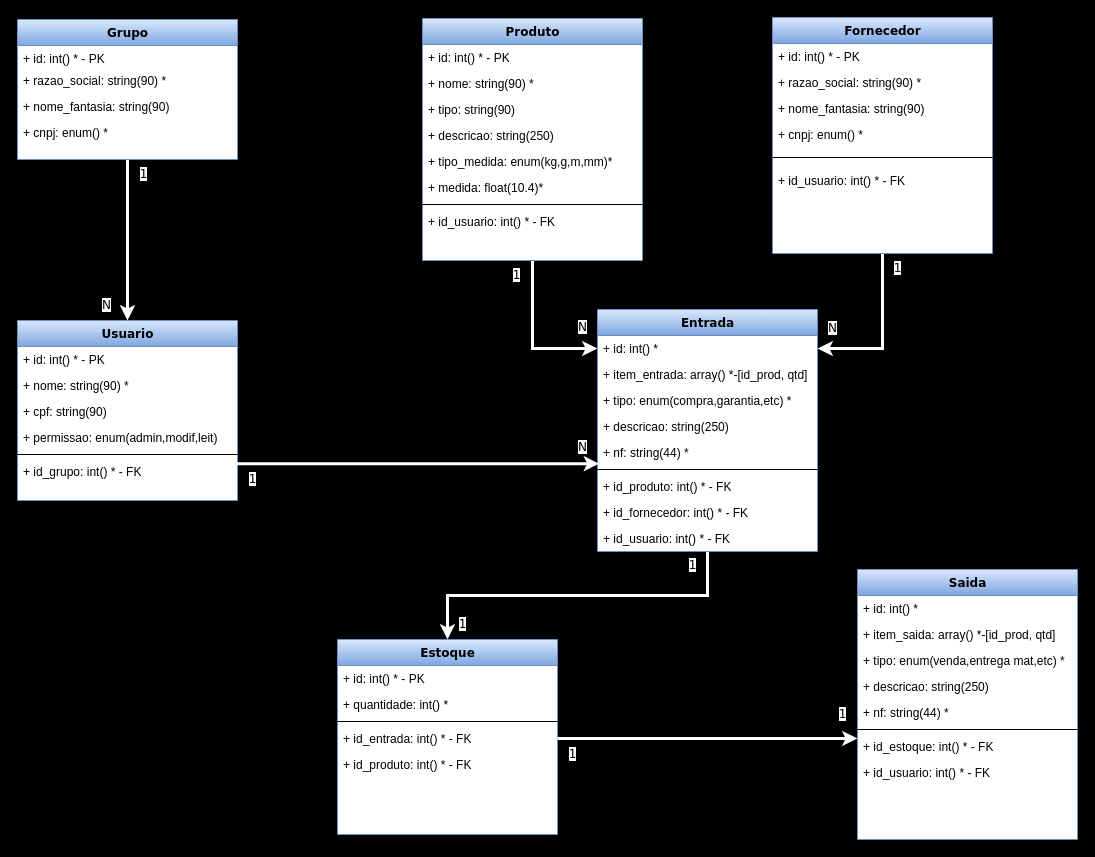
Before: page "Produtos" (1 of 2) of Documentação/Modelagem_Dados.drawio in NeemiasVieira/EstocaAqui-API, a draw.io diagram. Source tidied: cells renumbered, new cells numbered last; positions are measured from the earlier drawing's top-left corner, leaving out a move shared by most shapes. Both pictures are drawn from the tidied source at 100%, with x=0, y=0 at pixel (17, 17).
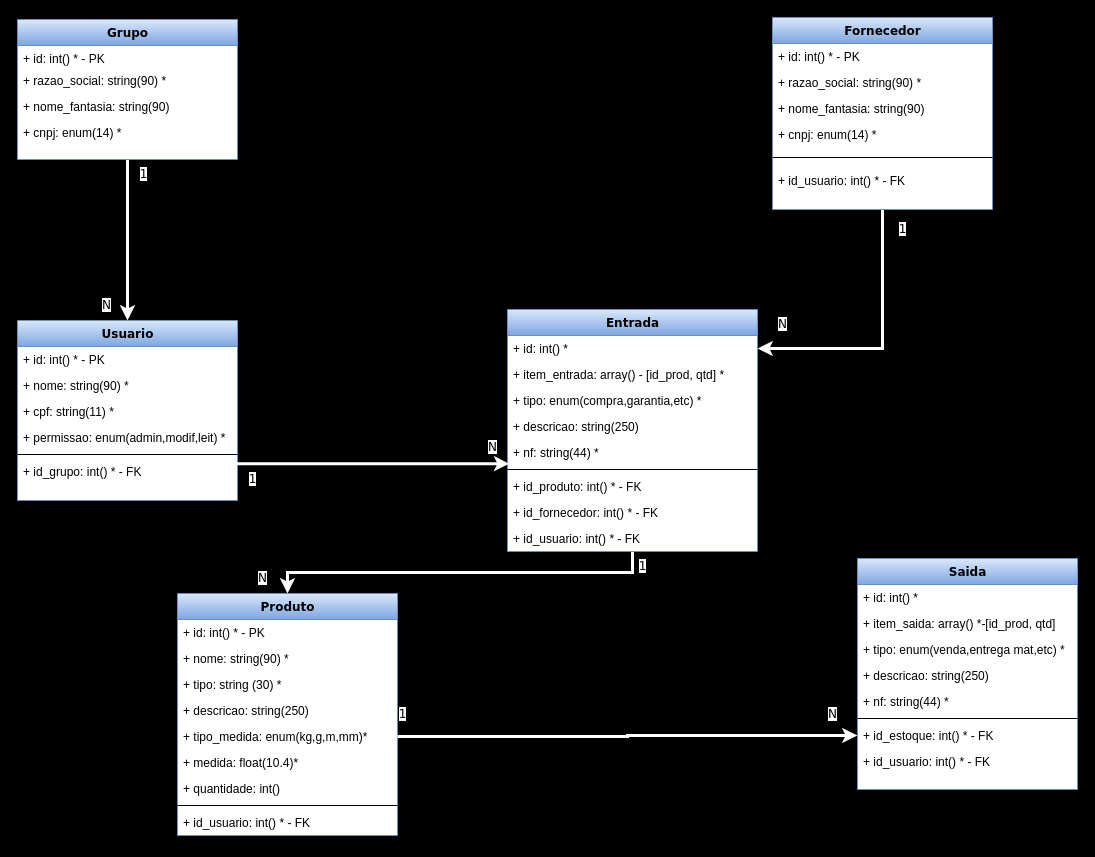
After the change.

Commit message (it also covers changes not shown here):
Modelagem atualizada

Unchanged cells that the change refers to:
```xml
<mxCell id="8" value="+ tipo_medida: enum(kg,g,m,mm)*" style="text;html=1;strokeColor=none;fillColor=none;align=left;verticalAlign=top;spacingLeft=4;spacingRight=4;whiteSpace=wrap;overflow=hidden;points=[[0,0.5],[1,0.5]];portConstraint=eastwest;labelBackgroundColor=none;fontColor=#000000;" parent="3" vertex="1">
  <mxGeometry y="130" width="220" height="26" as="geometry" />
</mxCell>
<mxCell id="40" value="+ id_estoque: int() * - FK" style="text;html=1;strokeColor=none;fillColor=none;align=left;verticalAlign=top;spacingLeft=4;spacingRight=4;whiteSpace=wrap;overflow=hidden;points=[[0,0.5],[1,0.5]];portConstraint=eastwest;labelBackgroundColor=none;fontColor=#000000;" parent="33" vertex="1">
  <mxGeometry y="164" width="220" height="26" as="geometry" />
</mxCell>
<mxCell id="42" value="Usuario" style="swimlane;html=1;fontStyle=1;align=center;verticalAlign=top;horizontal=1;startSize=26;swimlaneFillColor=#ffffff;rounded=0;shadow=0;comic=0;labelBackgroundColor=none;strokeWidth=1;fontFamily=Verdana;fontSize=12;fillColor=#dae8fc;strokeColor=#6c8ebf;gradientColor=#7ea6e0;fontColor=#000000;" parent="1" vertex="1">
  <mxGeometry y="303" width="220" height="180" as="geometry" />
</mxCell>
<mxCell id="50" value="Grupo" style="swimlane;html=1;fontStyle=1;align=center;verticalAlign=top;horizontal=1;startSize=26;swimlaneFillColor=#ffffff;rounded=0;shadow=0;comic=0;labelBackgroundColor=none;strokeWidth=1;fontFamily=Verdana;fontSize=12;fillColor=#dae8fc;strokeColor=#6c8ebf;gradientColor=#7ea6e0;fontColor=#000000;" parent="1" vertex="1">
  <mxGeometry y="2" width="220" height="140" as="geometry" />
</mxCell>
```

Change to the diagram source:
```diff
@@
-    <mxCell id="2" style="edgeStyle=orthogonalEdgeStyle;rounded=0;jettySize=auto;html=1;entryX=0;entryY=0.5;entryDx=0;entryDy=0;strokeColor=#FFFFFF;strokeWidth=3;" parent="1" edge="1" source="3" target="14">
-      <mxGeometry relative="1" as="geometry" />
-    </mxCell>
     <mxCell id="3" value="Produto" style="swimlane;html=1;fontStyle=1;align=center;verticalAlign=top;horizontal=1;startSize=26;swimlaneFillColor=#ffffff;rounded=0;shadow=0;comic=0;labelBackgroundColor=none;strokeWidth=1;fontFamily=Verdana;fontSize=12;fillColor=#dae8fc;strokeColor=#6c8ebf;gradientColor=#7ea6e0;fontColor=#000000;" parent="1" vertex="1">
-      <mxGeometry x="405" y="1" width="220" height="242" as="geometry" />
+      <mxGeometry x="160" y="576" width="220" height="242" as="geometry" />
     </mxCell>
@@
-    <mxCell id="6" value="+ tipo: string(90)&amp;nbsp;" style="text;html=1;strokeColor=none;fillColor=none;align=left;verticalAlign=top;spacingLeft=4;spacingRight=4;whiteSpace=wrap;overflow=hidden;labelBackgroundColor=none;fontColor=#000000;" parent="3" vertex="1">
+    <mxCell id="6" value="+ tipo: string (30) *" style="text;html=1;strokeColor=none;fillColor=none;align=left;verticalAlign=top;spacingLeft=4;spacingRight=4;whiteSpace=wrap;overflow=hidden;labelBackgroundColor=none;fontColor=#000000;" parent="3" vertex="1">
       <mxGeometry y="78" width="220" height="26" as="geometry" />
     </mxCell>
@@
+    <mxCell id="73" value="+ quantidade: int()" style="text;html=1;strokeColor=none;fillColor=none;align=left;verticalAlign=top;spacingLeft=4;spacingRight=4;whiteSpace=wrap;overflow=hidden;labelBackgroundColor=none;fontColor=#000000;" parent="3" vertex="1">
+      <mxGeometry y="182" width="220" height="26" as="geometry" />
+    </mxCell>
     <mxCell id="10" style="line;html=1;strokeWidth=1;fillColor=none;align=left;verticalAlign=middle;spacingTop=-1;spacingLeft=3;spacingRight=3;labelPosition=right;labelBackgroundColor=none;strokeColor=#000000;" parent="3" vertex="1">
-      <mxGeometry y="182" width="220" height="8" as="geometry" />
+      <mxGeometry y="208" width="220" height="8" as="geometry" />
     </mxCell>
     <mxCell id="11" value="+ id_usuario: int() * - FK" style="text;html=1;strokeColor=none;fillColor=none;align=left;verticalAlign=top;spacingLeft=4;spacingRight=4;whiteSpace=wrap;overflow=hidden;labelBackgroundColor=none;fontColor=#000000;" parent="3" vertex="1">
-      <mxGeometry y="190" width="220" height="26" as="geometry" />
+      <mxGeometry y="216" width="220" height="26" as="geometry" />
     </mxCell>
-    <mxCell id="12" style="edgeStyle=orthogonalEdgeStyle;rounded=0;jettySize=auto;html=1;entryX=0.5;entryY=0;entryDx=0;entryDy=0;exitX=0.5;exitY=1;exitDx=0;exitDy=0;strokeColor=#FFFFFF;strokeWidth=3;" parent="1" edge="1" source="13" target="63">
+    <mxCell id="12" style="edgeStyle=orthogonalEdgeStyle;rounded=0;jettySize=auto;html=1;entryX=0.5;entryY=0;entryDx=0;entryDy=0;exitX=0.5;exitY=1;exitDx=0;exitDy=0;strokeColor=#FFFFFF;strokeWidth=3;" parent="1" edge="1" source="13" target="3">
       <mxGeometry relative="1" as="geometry" />
     </mxCell>
     <mxCell id="13" value="Entrada" style="swimlane;html=1;fontStyle=1;align=center;verticalAlign=top;horizontal=1;startSize=26;swimlaneFillColor=#ffffff;rounded=0;shadow=0;comic=0;labelBackgroundColor=none;strokeWidth=1;fontFamily=Verdana;fontSize=12;fillColor=#dae8fc;strokeColor=#6c8ebf;gradientColor=#7ea6e0;fontColor=#000000;" parent="1" vertex="1">
-      <mxGeometry x="580" y="292" width="220" height="242" as="geometry" />
+      <mxGeometry x="490" y="292" width="250" height="242" as="geometry" />
     </mxCell>
     <mxCell id="14" value="+ id: int() *" style="text;html=1;strokeColor=none;fillColor=none;align=left;verticalAlign=top;spacingLeft=4;spacingRight=4;whiteSpace=wrap;overflow=hidden;points=[[0,0.5],[1,0.5]];portConstraint=eastwest;labelBackgroundColor=none;fontColor=#000000;" parent="13" vertex="1">
-      <mxGeometry y="26" width="220" height="26" as="geometry" />
+      <mxGeometry y="26" width="250" height="26" as="geometry" />
     </mxCell>
-    <mxCell id="15" value="+ item_entrada: array() *-[id_prod, qtd]" style="text;html=1;strokeColor=none;fillColor=none;align=left;verticalAlign=top;spacingLeft=4;spacingRight=4;whiteSpace=wrap;overflow=hidden;labelBackgroundColor=none;fontColor=#000000;" parent="13" vertex="1">
-      <mxGeometry y="52" width="220" height="26" as="geometry" />
+    <mxCell id="15" value="+ item_entrada: array() - [id_prod, qtd] *" style="text;html=1;strokeColor=none;fillColor=none;align=left;verticalAlign=top;spacingLeft=4;spacingRight=4;whiteSpace=wrap;overflow=hidden;labelBackgroundColor=none;fontColor=#000000;" parent="13" vertex="1">
+      <mxGeometry y="52" width="250" height="26" as="geometry" />
     </mxCell>
     <mxCell id="16" value="+ tipo: enum(compra,garantia,etc) *" style="text;html=1;strokeColor=none;fillColor=none;align=left;verticalAlign=top;spacingLeft=4;spacingRight=4;whiteSpace=wrap;overflow=hidden;labelBackgroundColor=none;fontColor=#000000;" parent="13" vertex="1">
-      <mxGeometry y="78" width="220" height="26" as="geometry" />
+      <mxGeometry y="78" width="250" height="26" as="geometry" />
     </mxCell>
     <mxCell id="17" value="+ descricao: string(250)" style="text;html=1;strokeColor=none;fillColor=none;align=left;verticalAlign=top;spacingLeft=4;spacingRight=4;whiteSpace=wrap;overflow=hidden;labelBackgroundColor=none;fontColor=#000000;" parent="13" vertex="1">
-      <mxGeometry y="104" width="220" height="26" as="geometry" />
+      <mxGeometry y="104" width="250" height="26" as="geometry" />
     </mxCell>
     <mxCell id="18" value="+ nf: string(44) *" style="text;html=1;strokeColor=none;fillColor=none;align=left;verticalAlign=top;spacingLeft=4;spacingRight=4;whiteSpace=wrap;overflow=hidden;points=[[0,0.5],[1,0.5]];portConstraint=eastwest;labelBackgroundColor=none;fontColor=#000000;" parent="13" vertex="1">
-      <mxGeometry y="130" width="220" height="26" as="geometry" />
+      <mxGeometry y="130" width="250" height="26" as="geometry" />
     </mxCell>
     <mxCell id="19" style="line;html=1;strokeWidth=1;fillColor=none;align=left;verticalAlign=middle;spacingTop=-1;spacingLeft=3;spacingRight=3;labelPosition=right;labelBackgroundColor=none;strokeColor=#000000;" parent="13" vertex="1">
-      <mxGeometry y="156" width="220" height="8" as="geometry" />
+      <mxGeometry y="156" width="250" height="8" as="geometry" />
     </mxCell>
     <mxCell id="20" value="+ id_produto: int() * - FK" style="text;html=1;strokeColor=none;fillColor=none;align=left;verticalAlign=top;spacingLeft=4;spacingRight=4;whiteSpace=wrap;overflow=hidden;labelBackgroundColor=none;fontColor=#000000;" parent="13" vertex="1">
-      <mxGeometry y="164" width="220" height="26" as="geometry" />
+      <mxGeometry y="164" width="250" height="26" as="geometry" />
     </mxCell>
     <mxCell id="21" value="+ id_fornecedor: int() * - FK" style="text;html=1;strokeColor=none;fillColor=none;align=left;verticalAlign=top;spacingLeft=4;spacingRight=4;whiteSpace=wrap;overflow=hidden;labelBackgroundColor=none;fontColor=#000000;" parent="13" vertex="1">
-      <mxGeometry y="190" width="220" height="26" as="geometry" />
+      <mxGeometry y="190" width="250" height="26" as="geometry" />
     </mxCell>
     <mxCell id="22" value="+ id_usuario: int() * - FK" style="text;html=1;strokeColor=none;fillColor=none;align=left;verticalAlign=top;spacingLeft=4;spacingRight=4;whiteSpace=wrap;overflow=hidden;labelBackgroundColor=none;fontColor=#000000;" parent="13" vertex="1">
-      <mxGeometry y="216" width="220" height="26" as="geometry" />
+      <mxGeometry y="216" width="250" height="26" as="geometry" />
     </mxCell>
-    <mxCell id="23" value="&lt;span style=&quot;background-color: rgb(255, 255, 255);&quot;&gt;1&lt;br&gt;&lt;/span&gt;" style="text;html=1;align=center;verticalAlign=middle;strokeColor=none;fillColor=none;fontSize=12;fontFamily=Verdana;fontColor=#000000;" parent="1" vertex="1">
-      <mxGeometry x="484" y="243" width="30" height="30" as="geometry" />
-    </mxCell>
     <mxCell id="24" value="&lt;span style=&quot;background-color: rgb(255, 255, 255);&quot;&gt;1&lt;br&gt;&lt;/span&gt;" style="text;html=1;align=center;verticalAlign=middle;strokeColor=none;fillColor=none;fontSize=12;fontFamily=Verdana;fontColor=#000000;" parent="1" vertex="1">
-      <mxGeometry x="865" y="236" width="30" height="30" as="geometry" />
+      <mxGeometry x="870" y="197" width="30" height="30" as="geometry" />
     </mxCell>
-    <mxCell id="25" style="edgeStyle=orthogonalEdgeStyle;rounded=0;jettySize=auto;html=1;entryX=1;entryY=0.5;entryDx=0;entryDy=0;strokeColor=#FFFFFF;strokeWidth=3;" parent="1" edge="1" source="26" target="14">
+    <mxCell id="25" style="edgeStyle=orthogonalEdgeStyle;rounded=0;jettySize=auto;html=1;entryX=1;entryY=0.5;entryDx=0;entryDy=0;strokeColor=#FFFFFF;strokeWidth=3;exitX=0.5;exitY=1;exitDx=0;exitDy=0;" parent="1" edge="1" source="26" target="14">
       <mxGeometry relative="1" as="geometry" />
     </mxCell>
     <mxCell id="26" value="Fornecedor" style="swimlane;html=1;fontStyle=1;align=center;verticalAlign=top;horizontal=1;startSize=26;swimlaneFillColor=#ffffff;rounded=0;shadow=0;comic=0;labelBackgroundColor=none;strokeWidth=1;fontFamily=Verdana;fontSize=12;fillColor=#dae8fc;strokeColor=#6c8ebf;gradientColor=#7ea6e0;fontColor=#000000;" parent="1" vertex="1">
-      <mxGeometry x="755" width="220" height="236" as="geometry" />
+      <mxGeometry x="755" width="220" height="192" as="geometry" />
     </mxCell>
@@
-    <mxCell id="30" value="+ cnpj: enum() *" style="text;html=1;strokeColor=none;fillColor=none;align=left;verticalAlign=top;spacingLeft=4;spacingRight=4;whiteSpace=wrap;overflow=hidden;labelBackgroundColor=none;fontColor=#000000;" parent="26" vertex="1">
+    <mxCell id="30" value="+ cnpj: enum(14) *" style="text;html=1;strokeColor=none;fillColor=none;align=left;verticalAlign=top;spacingLeft=4;spacingRight=4;whiteSpace=wrap;overflow=hidden;labelBackgroundColor=none;fontColor=#000000;" parent="26" vertex="1">
       <mxGeometry y="104" width="220" height="26" as="geometry" />
     </mxCell>
@@
     <mxCell id="33" value="Saida" style="swimlane;html=1;fontStyle=1;align=center;verticalAlign=top;horizontal=1;startSize=26;swimlaneFillColor=#ffffff;rounded=0;shadow=0;comic=0;labelBackgroundColor=none;strokeWidth=1;fontFamily=Verdana;fontSize=12;fillColor=#dae8fc;strokeColor=#6c8ebf;gradientColor=#7ea6e0;fontColor=#000000;" parent="1" vertex="1">
-      <mxGeometry x="840" y="552" width="220" height="270" as="geometry" />
+      <mxGeometry x="840" y="541" width="220" height="231" as="geometry" />
     </mxCell>
@@
-    <mxCell id="45" value="+ cpf: string(90)&amp;nbsp;" style="text;html=1;strokeColor=none;fillColor=none;align=left;verticalAlign=top;spacingLeft=4;spacingRight=4;whiteSpace=wrap;overflow=hidden;labelBackgroundColor=none;fontColor=#000000;" parent="42" vertex="1">
+    <mxCell id="45" value="+ cpf: string(11) *" style="text;html=1;strokeColor=none;fillColor=none;align=left;verticalAlign=top;spacingLeft=4;spacingRight=4;whiteSpace=wrap;overflow=hidden;labelBackgroundColor=none;fontColor=#000000;" parent="42" vertex="1">
       <mxGeometry y="78" width="220" height="26" as="geometry" />
     </mxCell>
-    <mxCell id="46" value="+ permissao: enum(admin,modif,leit)" style="text;html=1;strokeColor=none;fillColor=none;align=left;verticalAlign=top;spacingLeft=4;spacingRight=4;whiteSpace=wrap;overflow=hidden;labelBackgroundColor=none;fontColor=#000000;" parent="42" vertex="1">
+    <mxCell id="46" value="+ permissao: enum(admin,modif,leit) *" style="text;html=1;strokeColor=none;fillColor=none;align=left;verticalAlign=top;spacingLeft=4;spacingRight=4;whiteSpace=wrap;overflow=hidden;labelBackgroundColor=none;fontColor=#000000;" parent="42" vertex="1">
       <mxGeometry y="104" width="220" height="26" as="geometry" />
     </mxCell>
@@
-    <mxCell id="54" value="+ cnpj: enum() *" style="text;html=1;strokeColor=none;fillColor=none;align=left;verticalAlign=top;spacingLeft=4;spacingRight=4;whiteSpace=wrap;overflow=hidden;labelBackgroundColor=none;fontColor=#000000;" parent="50" vertex="1">
+    <mxCell id="54" value="+ cnpj: enum(14) *" style="text;html=1;strokeColor=none;fillColor=none;align=left;verticalAlign=top;spacingLeft=4;spacingRight=4;whiteSpace=wrap;overflow=hidden;labelBackgroundColor=none;fontColor=#000000;" parent="50" vertex="1">
       <mxGeometry y="100" width="220" height="26" as="geometry" />
     </mxCell>
@@
-    <mxCell id="57" value="&lt;span style=&quot;background-color: rgb(255, 255, 255);&quot;&gt;N&lt;br&gt;&lt;/span&gt;" style="text;html=1;align=center;verticalAlign=middle;strokeColor=none;fillColor=none;fontSize=12;fontFamily=Verdana;fontColor=#000000;" parent="1" vertex="1">
-      <mxGeometry x="550" y="295" width="30" height="30" as="geometry" />
-    </mxCell>
     <mxCell id="58" value="&lt;span style=&quot;background-color: rgb(255, 255, 255);&quot;&gt;1&lt;br&gt;&lt;/span&gt;" style="text;html=1;align=center;verticalAlign=middle;strokeColor=none;fillColor=none;fontSize=12;fontFamily=Verdana;fontColor=#000000;" parent="1" vertex="1">
-      <mxGeometry x="660" y="533" width="30" height="30" as="geometry" />
+      <mxGeometry x="610" y="534" width="30" height="30" as="geometry" />
     </mxCell>
     <mxCell id="59" value="&lt;span style=&quot;background-color: rgb(255, 255, 255);&quot;&gt;N&lt;br&gt;&lt;/span&gt;" style="text;html=1;align=center;verticalAlign=middle;strokeColor=none;fillColor=none;fontSize=12;fontFamily=Verdana;fontColor=#000000;" parent="1" vertex="1">
-      <mxGeometry x="550" y="415" width="30" height="30" as="geometry" />
+      <mxGeometry x="460" y="415" width="30" height="30" as="geometry" />
     </mxCell>
     <mxCell id="60" value="&lt;span style=&quot;background-color: rgb(255, 255, 255);&quot;&gt;N&lt;br&gt;&lt;/span&gt;" style="text;html=1;align=center;verticalAlign=middle;strokeColor=none;fillColor=none;fontSize=12;fontFamily=Verdana;fontColor=#000000;" parent="1" vertex="1">
-      <mxGeometry x="800" y="296" width="30" height="30" as="geometry" />
+      <mxGeometry x="750" y="292" width="30" height="30" as="geometry" />
     </mxCell>
@@
-    <mxCell id="63" value="Estoque" style="swimlane;html=1;fontStyle=1;align=center;verticalAlign=top;horizontal=1;startSize=26;swimlaneFillColor=#ffffff;rounded=0;shadow=0;comic=0;labelBackgroundColor=none;strokeWidth=1;fontFamily=Verdana;fontSize=12;fillColor=#dae8fc;strokeColor=#6c8ebf;gradientColor=#7ea6e0;fontColor=#000000;" parent="1" vertex="1">
-      <mxGeometry x="320" y="622" width="220" height="195" as="geometry" />
-    </mxCell>
-    <mxCell id="64" value="+ id: int() * - PK" style="text;html=1;strokeColor=none;fillColor=none;align=left;verticalAlign=top;spacingLeft=4;spacingRight=4;whiteSpace=wrap;overflow=hidden;labelBackgroundColor=none;fontColor=#000000;" parent="63" vertex="1">
-      <mxGeometry y="26" width="220" height="26" as="geometry" />
-    </mxCell>
-    <mxCell id="65" value="+ quantidade: int() *" style="text;html=1;strokeColor=none;fillColor=none;align=left;verticalAlign=top;spacingLeft=4;spacingRight=4;whiteSpace=wrap;overflow=hidden;labelBackgroundColor=none;fontColor=#000000;" parent="63" vertex="1">
-      <mxGeometry y="52" width="220" height="26" as="geometry" />
-    </mxCell>
-    <mxCell id="66" style="line;html=1;strokeWidth=1;fillColor=none;align=left;verticalAlign=middle;spacingTop=-1;spacingLeft=3;spacingRight=3;labelPosition=right;labelBackgroundColor=none;strokeColor=#000000;" parent="63" vertex="1">
-      <mxGeometry y="78" width="220" height="8" as="geometry" />
-    </mxCell>
-    <mxCell id="67" value="+ id_entrada: int() * - FK" style="text;html=1;strokeColor=none;fillColor=none;align=left;verticalAlign=top;spacingLeft=4;spacingRight=4;whiteSpace=wrap;overflow=hidden;points=[[0,0.5],[1,0.5]];portConstraint=eastwest;labelBackgroundColor=none;fontColor=#000000;" parent="63" vertex="1">
-      <mxGeometry y="86" width="220" height="26" as="geometry" />
-    </mxCell>
-    <mxCell id="68" value="+ id_produto: int() * - FK" style="text;html=1;strokeColor=none;fillColor=none;align=left;verticalAlign=top;spacingLeft=4;spacingRight=4;whiteSpace=wrap;overflow=hidden;labelBackgroundColor=none;fontColor=#000000;" parent="63" vertex="1">
-      <mxGeometry y="112" width="220" height="26" as="geometry" />
-    </mxCell>
-    <mxCell id="69" style="edgeStyle=orthogonalEdgeStyle;rounded=0;jettySize=auto;html=1;entryX=0;entryY=0.5;entryDx=0;entryDy=0;strokeColor=#FFFFFF;strokeWidth=3;" parent="1" edge="1" source="67">
-      <mxGeometry relative="1" as="geometry">
-        <mxPoint x="840" y="721" as="targetPoint" />
-      </mxGeometry>
+    <mxCell id="69" style="edgeStyle=orthogonalEdgeStyle;rounded=0;jettySize=auto;html=1;strokeColor=#FFFFFF;strokeWidth=3;exitX=1;exitY=0.5;exitDx=0;exitDy=0;entryX=0;entryY=0.5;entryDx=0;entryDy=0;" parent="1" edge="1" source="8" target="40">
+      <mxGeometry relative="1" as="geometry" />
     </mxCell>
-    <mxCell id="70" value="&lt;span style=&quot;background-color: rgb(255, 255, 255);&quot;&gt;1&lt;br&gt;&lt;/span&gt;" style="text;html=1;align=center;verticalAlign=middle;strokeColor=none;fillColor=none;fontSize=12;fontFamily=Verdana;fontColor=#000000;" parent="1" vertex="1">
-      <mxGeometry x="430" y="592" width="30" height="30" as="geometry" />
+    <mxCell id="70" value="&lt;span style=&quot;background-color: rgb(255, 255, 255);&quot;&gt;N&lt;br&gt;&lt;/span&gt;" style="text;html=1;align=center;verticalAlign=middle;strokeColor=none;fillColor=none;fontSize=12;fontFamily=Verdana;fontColor=#000000;" parent="1" vertex="1">
+      <mxGeometry x="230" y="546" width="30" height="30" as="geometry" />
     </mxCell>
-    <mxCell id="71" value="&lt;span style=&quot;background-color: rgb(255, 255, 255);&quot;&gt;1&lt;br&gt;&lt;/span&gt;" style="text;html=1;align=center;verticalAlign=middle;strokeColor=none;fillColor=none;fontSize=12;fontFamily=Verdana;fontColor=#000000;" parent="1" vertex="1">
-      <mxGeometry x="810" y="682" width="30" height="30" as="geometry" />
+    <mxCell id="71" value="&lt;span style=&quot;background-color: rgb(255, 255, 255);&quot;&gt;N&lt;br&gt;&lt;/span&gt;" style="text;html=1;align=center;verticalAlign=middle;strokeColor=none;fillColor=none;fontSize=12;fontFamily=Verdana;fontColor=#000000;" parent="1" vertex="1">
+      <mxGeometry x="800" y="682" width="30" height="30" as="geometry" />
     </mxCell>
     <mxCell id="72" value="&lt;span style=&quot;background-color: rgb(255, 255, 255);&quot;&gt;1&lt;br&gt;&lt;/span&gt;" style="text;html=1;align=center;verticalAlign=middle;strokeColor=none;fillColor=none;fontSize=12;fontFamily=Verdana;fontColor=#000000;" parent="1" vertex="1">
-      <mxGeometry x="540" y="722" width="30" height="30" as="geometry" />
+      <mxGeometry x="370" y="682" width="30" height="30" as="geometry" />
     </mxCell>
```
